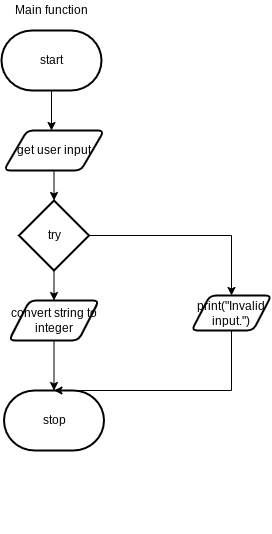
Before: design/function.png, a diagram exported from draw.io (zaida-hammmel2108/ICS3U-Assignment-6-Python). Source tidied: cells renumbered, new cells last; positions are measured from the earlier drawing's top-left corner, leaving out a move shared by most shapes.
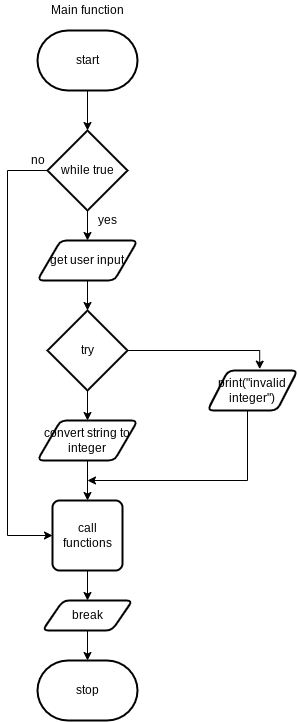
The same diagram one commit later.

Change to the diagram source:
```diff
@@ -17,43 +17,78 @@
       </mxGeometry>
     </mxCell>
     <mxCell id="5" value="stop" style="strokeWidth=2;html=1;shape=mxgraph.flowchart.terminator;whiteSpace=wrap;" parent="1" vertex="1">
-      <mxGeometry x="2.5" y="390" width="100" height="60" as="geometry" />
+      <mxGeometry y="660" width="100" height="60" as="geometry" />
     </mxCell>
     <mxCell id="6" value="Main function" style="text;html=1;align=center;verticalAlign=middle;strokeColor=none;fillColor=none;" parent="1" vertex="1">
       <mxGeometry x="5" width="90" height="20" as="geometry" />
     </mxCell>
-    <mxCell id="7" style="edgeStyle=none;html=1;entryX=0.5;entryY=0;entryDx=0;entryDy=0;" parent="1" edge="1" source="8">
-      <mxGeometry relative="1" as="geometry">
-        <mxPoint x="52.5" y="200" as="targetPoint" />
-      </mxGeometry>
-    </mxCell>
+    <mxCell id="16" style="edgeStyle=none;html=1;" parent="1" edge="1" source="14" target="8">
+      <mxGeometry relative="1" as="geometry" />
+    </mxCell>
+    <mxCell id="17" style="edgeStyle=orthogonalEdgeStyle;rounded=0;html=1;entryX=0;entryY=0.5;entryDx=0;entryDy=0;" parent="1" edge="1" source="14" target="25">
+      <mxGeometry relative="1" as="geometry">
+        <Array as="points">
+          <mxPoint x="-30" y="170" />
+          <mxPoint x="-30" y="535" />
+        </Array>
+      </mxGeometry>
+    </mxCell>
+    <mxCell id="14" value="while true" style="strokeWidth=2;html=1;shape=mxgraph.flowchart.decision;whiteSpace=wrap;" parent="1" vertex="1">
+      <mxGeometry x="10" y="130" width="80" height="80" as="geometry" />
+    </mxCell>
+    <mxCell id="18" style="edgeStyle=none;html=1;" parent="1" edge="1" source="8" target="11">
+      <mxGeometry relative="1" as="geometry" />
+    </mxCell>
     <mxCell id="8" value="get user input" style="shape=parallelogram;html=1;strokeWidth=2;perimeter=parallelogramPerimeter;whiteSpace=wrap;rounded=1;arcSize=12;size=0.23;" parent="1" vertex="1">
-      <mxGeometry x="2.5" y="130" width="100" height="40" as="geometry" />
+      <mxGeometry y="240" width="100" height="40" as="geometry" />
     </mxCell>
+    <mxCell id="19" value="yes" style="text;html=1;align=center;verticalAlign=middle;strokeColor=none;fillColor=none;" parent="1" vertex="1">
+      <mxGeometry x="55" y="210" width="30" height="20" as="geometry" />
+    </mxCell>
     <mxCell id="9" style="edgeStyle=none;html=1;" parent="1" edge="1" source="11" target="13">
       <mxGeometry relative="1" as="geometry" />
     </mxCell>
-    <mxCell id="10" style="edgeStyle=orthogonalEdgeStyle;html=1;entryX=0.5;entryY=0;entryDx=0;entryDy=0;targetPerimeterSpacing=-1;rounded=0;" parent="1" edge="1" source="11" target="15">
-      <mxGeometry relative="1" as="geometry" />
-    </mxCell>
+    <mxCell id="20" style="edgeStyle=orthogonalEdgeStyle;html=1;entryX=0.58;entryY=-0.034;entryDx=0;entryDy=0;entryPerimeter=0;rounded=0;" parent="1" edge="1" source="11" target="23">
+      <mxGeometry relative="1" as="geometry">
+        <Array as="points">
+          <mxPoint x="222" y="350" />
+        </Array>
+      </mxGeometry>
+    </mxCell>
     <mxCell id="11" value="try" style="strokeWidth=2;html=1;shape=mxgraph.flowchart.decision;whiteSpace=wrap;" parent="1" vertex="1">
-      <mxGeometry x="17.5" y="200" width="70" height="70" as="geometry" />
+      <mxGeometry x="10" y="310" width="80" height="80" as="geometry" />
     </mxCell>
-    <mxCell id="12" style="edgeStyle=orthogonalEdgeStyle;rounded=0;html=1;entryX=0.5;entryY=0;entryDx=0;entryDy=0;entryPerimeter=0;targetPerimeterSpacing=-1;" parent="1" edge="1" source="13" target="5">
-      <mxGeometry relative="1" as="geometry" />
-    </mxCell>
+    <mxCell id="21" style="edgeStyle=orthogonalEdgeStyle;rounded=0;html=1;" parent="1" edge="1" source="13" target="25">
+      <mxGeometry relative="1" as="geometry" />
+    </mxCell>
     <mxCell id="13" value="convert string to integer" style="shape=parallelogram;html=1;strokeWidth=2;perimeter=parallelogramPerimeter;whiteSpace=wrap;rounded=1;arcSize=12;size=0.23;" parent="1" vertex="1">
-      <mxGeometry x="7.5" y="300" width="90" height="40" as="geometry" />
+      <mxGeometry y="420" width="100" height="40" as="geometry" />
     </mxCell>
-    <mxCell id="14" style="edgeStyle=orthogonalEdgeStyle;rounded=0;html=1;targetPerimeterSpacing=-1;entryX=0.5;entryY=0;entryDx=0;entryDy=0;entryPerimeter=0;" parent="1" edge="1" source="15" target="5">
-      <mxGeometry relative="1" as="geometry">
-        <Array as="points">
-          <mxPoint x="230" y="390" />
-        </Array>
-      </mxGeometry>
-    </mxCell>
-    <mxCell id="15" value="print(&quot;Invalid input.&quot;)" style="shape=parallelogram;html=1;strokeWidth=2;perimeter=parallelogramPerimeter;whiteSpace=wrap;rounded=1;arcSize=12;size=0.23;" parent="1" vertex="1">
-      <mxGeometry x="190" y="295" width="80" height="35" as="geometry" />
-    </mxCell>
+    <mxCell id="22" style="edgeStyle=orthogonalEdgeStyle;rounded=0;html=1;" parent="1" edge="1" source="23">
+      <mxGeometry relative="1" as="geometry">
+        <mxPoint x="50" y="480" as="targetPoint" />
+        <Array as="points">
+          <mxPoint x="210" y="480" />
+        </Array>
+      </mxGeometry>
+    </mxCell>
+    <mxCell id="23" value="print(&quot;invalid integer&quot;)" style="shape=parallelogram;html=1;strokeWidth=2;perimeter=parallelogramPerimeter;whiteSpace=wrap;rounded=1;arcSize=12;size=0.23;" parent="1" vertex="1">
+      <mxGeometry x="170" y="370" width="90" height="40" as="geometry" />
+    </mxCell>
+    <mxCell id="24" style="edgeStyle=none;html=1;entryX=0.5;entryY=0;entryDx=0;entryDy=0;" parent="1" edge="1" source="25" target="28">
+      <mxGeometry relative="1" as="geometry" />
+    </mxCell>
+    <mxCell id="25" value="call functions" style="rounded=1;whiteSpace=wrap;html=1;absoluteArcSize=1;arcSize=14;strokeWidth=2;" parent="1" vertex="1">
+      <mxGeometry x="15" y="500" width="70" height="70" as="geometry" />
+    </mxCell>
+    <mxCell id="26" value="no" style="text;html=1;align=center;verticalAlign=middle;strokeColor=none;fillColor=none;" parent="1" vertex="1">
+      <mxGeometry x="-15" y="150" width="30" height="20" as="geometry" />
+    </mxCell>
+    <mxCell id="27" style="edgeStyle=none;html=1;entryX=0.5;entryY=0;entryDx=0;entryDy=0;entryPerimeter=0;" parent="1" edge="1" source="28" target="5">
+      <mxGeometry relative="1" as="geometry" />
+    </mxCell>
+    <mxCell id="28" value="break" style="shape=parallelogram;html=1;strokeWidth=2;perimeter=parallelogramPerimeter;whiteSpace=wrap;rounded=1;arcSize=12;size=0.23;" parent="1" vertex="1">
+      <mxGeometry x="5" y="600" width="90" height="30" as="geometry" />
+    </mxCell>
   </root>
 </mxGraphModel>
```
